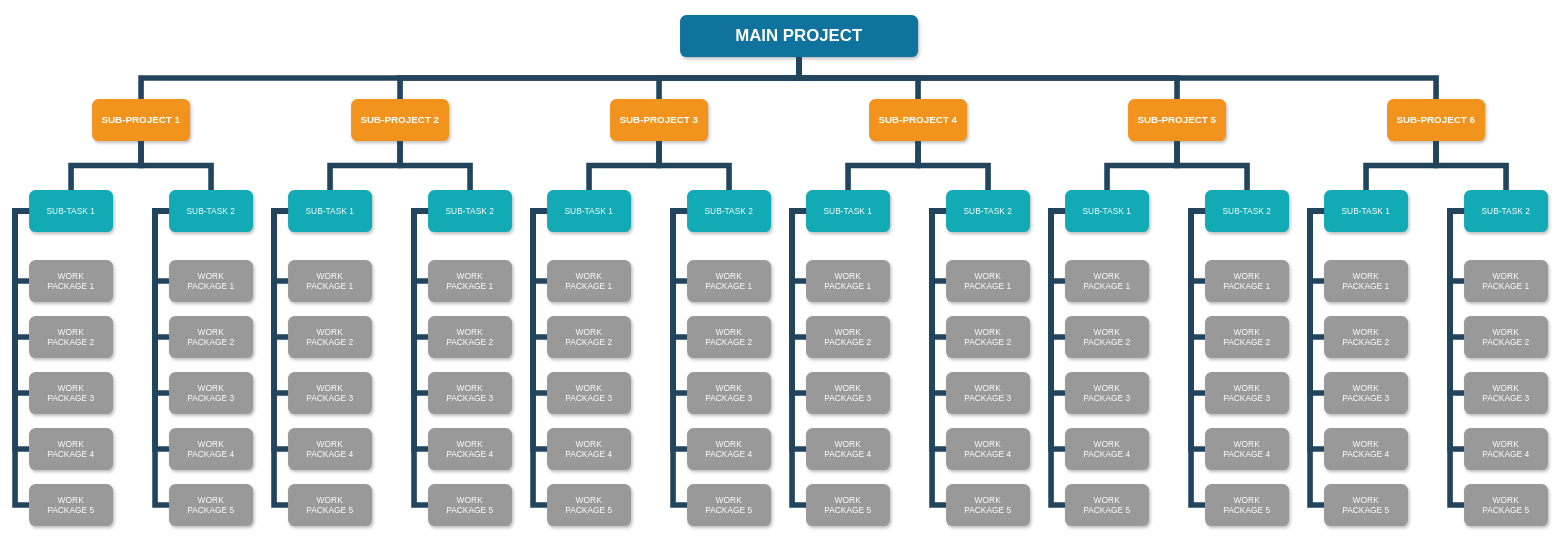
Above: Untitled Diagram.drawio in rovinyawijeramaofficial/ResearchProposalReport (draw.io), before the change. Source tidied: cells renumbered, new cells numbered last; positions are measured from the earlier drawing's top-left corner, leaving out a move shared by most shapes. Both pictures are drawn from the tidied source at 70%, with x=0, y=0 at pixel (15, 15).
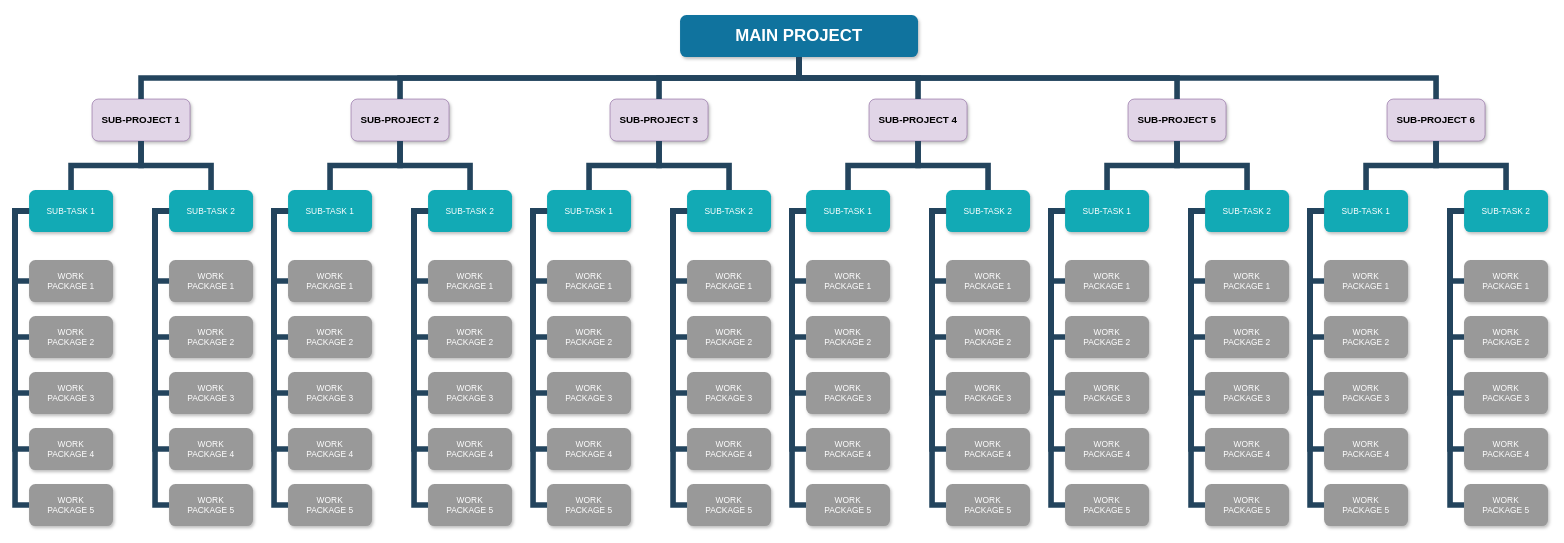
After the change.

Diff of the diagram source:
```diff
@@
-    <mxCell id="3" value="SUB-PROJECT 1" style="whiteSpace=wrap;rounded=1;fillColor=#F2931E;strokeColor=none;shadow=1;fontColor=#FFFFFF;fontStyle=1;fontSize=14;" parent="1" vertex="1">
+    <mxCell id="3" value="SUB-PROJECT 1" style="whiteSpace=wrap;rounded=1;fillColor=#e1d5e7;strokeColor=#9673a6;shadow=1;fontStyle=1;fontSize=14;" parent="1" vertex="1">
       <mxGeometry x="110" y="120" width="140" height="60" as="geometry" />
     </mxCell>
-    <mxCell id="4" value="SUB-PROJECT 2" style="whiteSpace=wrap;rounded=1;fillColor=#F2931E;strokeColor=none;shadow=1;fontColor=#FFFFFF;fontStyle=1;fontSize=14;" parent="1" vertex="1">
+    <mxCell id="4" value="SUB-PROJECT 2" style="whiteSpace=wrap;rounded=1;fillColor=#e1d5e7;strokeColor=#9673a6;shadow=1;fontStyle=1;fontSize=14;" parent="1" vertex="1">
       <mxGeometry x="480" y="120" width="140" height="60" as="geometry" />
     </mxCell>
-    <mxCell id="5" value="SUB-PROJECT 6" style="whiteSpace=wrap;rounded=1;fillColor=#F2931E;strokeColor=none;shadow=1;fontColor=#FFFFFF;fontStyle=1;fontSize=14;" parent="1" vertex="1">
+    <mxCell id="5" value="SUB-PROJECT 6" style="whiteSpace=wrap;rounded=1;fillColor=#e1d5e7;strokeColor=#9673a6;shadow=1;fontStyle=1;fontSize=14;" parent="1" vertex="1">
       <mxGeometry x="1960" y="120" width="140" height="60" as="geometry" />
     </mxCell>
-    <mxCell id="6" value="SUB-PROJECT 3" style="whiteSpace=wrap;rounded=1;fillColor=#F2931E;strokeColor=none;shadow=1;fontColor=#FFFFFF;fontStyle=1;fontSize=14;" parent="1" vertex="1">
+    <mxCell id="6" value="SUB-PROJECT 3" style="whiteSpace=wrap;rounded=1;fillColor=#e1d5e7;strokeColor=#9673a6;shadow=1;fontStyle=1;fontSize=14;" parent="1" vertex="1">
       <mxGeometry x="850" y="120" width="140" height="60" as="geometry" />
     </mxCell>
-    <mxCell id="7" value="SUB-PROJECT 4" style="whiteSpace=wrap;rounded=1;fillColor=#F2931E;strokeColor=none;shadow=1;fontColor=#FFFFFF;fontStyle=1;fontSize=14;" parent="1" vertex="1">
+    <mxCell id="7" value="SUB-PROJECT 4" style="whiteSpace=wrap;rounded=1;fillColor=#e1d5e7;strokeColor=#9673a6;shadow=1;fontStyle=1;fontSize=14;" parent="1" vertex="1">
       <mxGeometry x="1220" y="120" width="140" height="60" as="geometry" />
     </mxCell>
-    <mxCell id="8" value="SUB-PROJECT 5" style="whiteSpace=wrap;rounded=1;fillColor=#F2931E;strokeColor=none;shadow=1;fontColor=#FFFFFF;fontStyle=1;fontSize=14;" parent="1" vertex="1">
+    <mxCell id="8" value="SUB-PROJECT 5" style="whiteSpace=wrap;rounded=1;fillColor=#e1d5e7;strokeColor=#9673a6;shadow=1;fontStyle=1;fontSize=14;" parent="1" vertex="1">
       <mxGeometry x="1590" y="120" width="140" height="60" as="geometry" />
     </mxCell>
```
